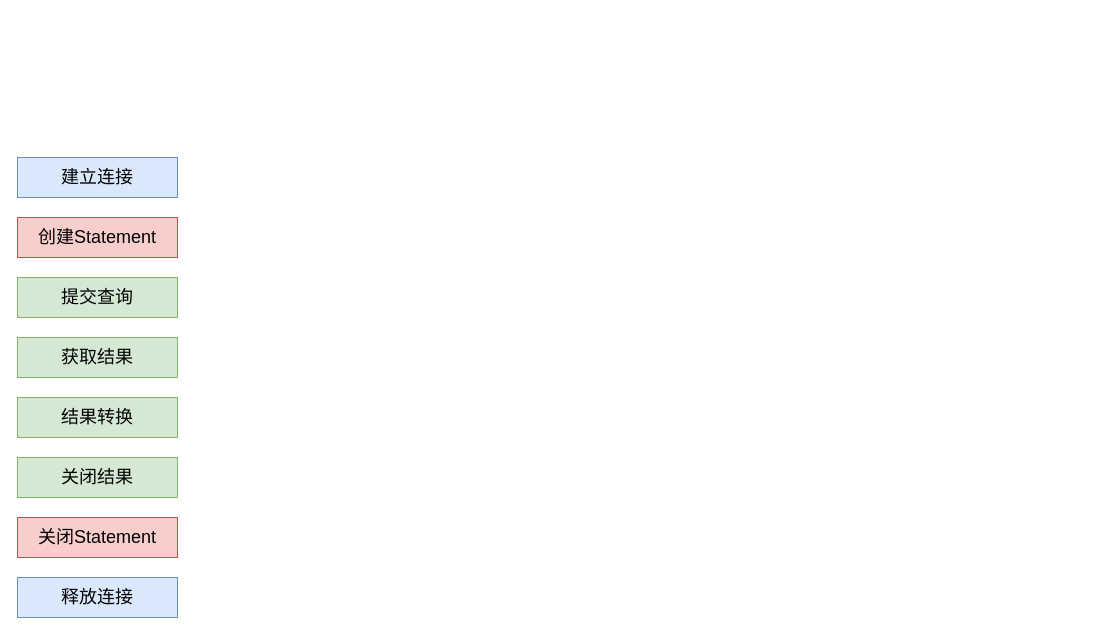
Before: 未命名绘图.drawio in hongweilv-whu/flowCharts, a draw.io diagram. Source tidied: cells renumbered, new cells numbered last; positions are measured from the earlier drawing's top-left corner, leaving out a move shared by most shapes. Both pictures are drawn from the tidied source at 100%, with x=0, y=0 at pixel (17, 157).
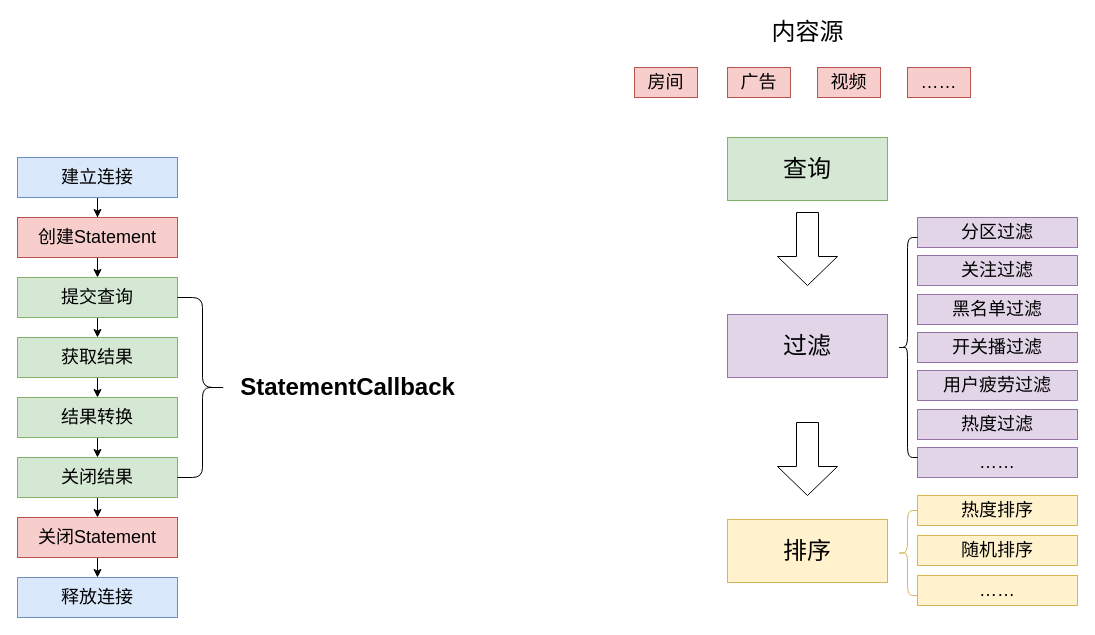
After the change.

Commit message:
更新未命名绘图.drawio

The change refers to these unchanged cells:
```xml
<mxCell id="2" value="&lt;font style=&quot;font-size: 18px&quot;&gt;建立连接&lt;/font&gt;" style="rounded=0;whiteSpace=wrap;html=1;fillColor=#dae8fc;strokeColor=#6c8ebf;" parent="1" vertex="1">
  <mxGeometry width="160" height="40" as="geometry" />
</mxCell>
<mxCell id="3" value="&lt;font style=&quot;font-size: 18px&quot;&gt;结果转换&lt;br&gt;&lt;/font&gt;" style="rounded=0;whiteSpace=wrap;html=1;fillColor=#d5e8d4;strokeColor=#82b366;" parent="1" vertex="1">
  <mxGeometry y="240" width="160" height="40" as="geometry" />
</mxCell>
<mxCell id="4" value="&lt;font style=&quot;font-size: 18px&quot;&gt;释放连接&lt;/font&gt;" style="rounded=0;whiteSpace=wrap;html=1;fillColor=#dae8fc;strokeColor=#6c8ebf;" parent="1" vertex="1">
  <mxGeometry y="420" width="160" height="40" as="geometry" />
</mxCell>
<mxCell id="5" value="&lt;font style=&quot;font-size: 18px&quot;&gt;创建Statement&lt;/font&gt;" style="rounded=0;whiteSpace=wrap;html=1;fillColor=#f8cecc;strokeColor=#b85450;" parent="1" vertex="1">
  <mxGeometry y="60" width="160" height="40" as="geometry" />
</mxCell>
<mxCell id="6" value="&lt;span style=&quot;font-size: 18px&quot;&gt;提交查询&lt;/span&gt;" style="rounded=0;whiteSpace=wrap;html=1;fillColor=#d5e8d4;strokeColor=#82b366;" parent="1" vertex="1">
  <mxGeometry y="120" width="160" height="40" as="geometry" />
</mxCell>
<mxCell id="7" value="&lt;span style=&quot;font-size: 18px&quot;&gt;获取结果&lt;br&gt;&lt;/span&gt;" style="rounded=0;whiteSpace=wrap;html=1;fillColor=#d5e8d4;strokeColor=#82b366;" parent="1" vertex="1">
  <mxGeometry y="180" width="160" height="40" as="geometry" />
</mxCell>
<mxCell id="8" value="&lt;font style=&quot;font-size: 18px&quot;&gt;关闭结果&lt;br&gt;&lt;/font&gt;" style="rounded=0;whiteSpace=wrap;html=1;fillColor=#d5e8d4;strokeColor=#82b366;" parent="1" vertex="1">
  <mxGeometry y="300" width="160" height="40" as="geometry" />
</mxCell>
<mxCell id="9" value="&lt;font style=&quot;font-size: 18px&quot;&gt;关闭Statement&lt;/font&gt;" style="rounded=0;whiteSpace=wrap;html=1;fillColor=#f8cecc;strokeColor=#b85450;" parent="1" vertex="1">
  <mxGeometry y="360" width="160" height="40" as="geometry" />
</mxCell>
```

What changed in the source:
```diff
@@
+    <mxCell id="10" style="edgeStyle=orthogonalEdgeStyle;rounded=0;jettySize=auto;html=1;exitX=0.5;exitY=1;exitDx=0;exitDy=0;" parent="1" edge="1" source="2" target="5">
+      <mxGeometry relative="1" as="geometry" />
+    </mxCell>
@@
+    <mxCell id="11" style="edgeStyle=orthogonalEdgeStyle;rounded=0;jettySize=auto;html=1;exitX=0.5;exitY=1;exitDx=0;exitDy=0;entryX=0.5;entryY=0;entryDx=0;entryDy=0;" parent="1" edge="1" source="3" target="8">
+      <mxGeometry relative="1" as="geometry" />
+    </mxCell>
@@
+    <mxCell id="12" style="edgeStyle=orthogonalEdgeStyle;rounded=0;jettySize=auto;html=1;exitX=0.5;exitY=1;exitDx=0;exitDy=0;entryX=0.5;entryY=0;entryDx=0;entryDy=0;" parent="1" edge="1" source="5" target="6">
+      <mxGeometry relative="1" as="geometry" />
+    </mxCell>
@@
+    <mxCell id="13" style="edgeStyle=orthogonalEdgeStyle;rounded=0;jettySize=auto;html=1;exitX=0.5;exitY=1;exitDx=0;exitDy=0;entryX=0.5;entryY=0;entryDx=0;entryDy=0;" parent="1" edge="1" source="6" target="7">
+      <mxGeometry relative="1" as="geometry" />
+    </mxCell>
@@
+    <mxCell id="14" style="edgeStyle=orthogonalEdgeStyle;rounded=0;jettySize=auto;html=1;exitX=0.5;exitY=1;exitDx=0;exitDy=0;entryX=0.5;entryY=0;entryDx=0;entryDy=0;" parent="1" edge="1" source="7" target="3">
+      <mxGeometry relative="1" as="geometry" />
+    </mxCell>
@@
+    <mxCell id="15" style="edgeStyle=orthogonalEdgeStyle;rounded=0;jettySize=auto;html=1;exitX=0.5;exitY=1;exitDx=0;exitDy=0;entryX=0.5;entryY=0;entryDx=0;entryDy=0;" parent="1" edge="1" source="8" target="9">
+      <mxGeometry relative="1" as="geometry" />
+    </mxCell>
@@
+    <mxCell id="16" style="edgeStyle=orthogonalEdgeStyle;rounded=0;jettySize=auto;html=1;exitX=0.5;exitY=1;exitDx=0;exitDy=0;entryX=0.5;entryY=0;entryDx=0;entryDy=0;" parent="1" edge="1" source="9" target="4">
+      <mxGeometry relative="1" as="geometry" />
+    </mxCell>
@@
+    <mxCell id="17" style="shape=curlyBracket;whiteSpace=wrap;html=1;rounded=1;flipH=1;" parent="1" vertex="1">
+      <mxGeometry x="160" y="140" width="50" height="180" as="geometry" />
+    </mxCell>
+    <mxCell id="18" value="StatementCallback" style="text;strokeColor=none;fillColor=none;html=1;fontSize=24;fontStyle=1;verticalAlign=middle;align=center;" parent="1" vertex="1">
+      <mxGeometry x="220" y="210" width="220" height="40" as="geometry" />
+    </mxCell>
+    <mxCell id="19" value="&lt;font style=&quot;font-size: 24px&quot;&gt;过滤&lt;/font&gt;" style="rounded=0;whiteSpace=wrap;html=1;fillColor=#e1d5e7;strokeColor=#9673a6;" parent="1" vertex="1">
+      <mxGeometry x="710" y="157" width="160" height="63" as="geometry" />
+    </mxCell>
+    <mxCell id="20" value="&lt;span style=&quot;font-size: 18px&quot;&gt;房间&lt;/span&gt;" style="rounded=0;whiteSpace=wrap;html=1;fillColor=#f8cecc;strokeColor=#b85450;" parent="1" vertex="1">
+      <mxGeometry x="617" y="-90" width="63" height="30" as="geometry" />
+    </mxCell>
+    <mxCell id="21" value="&lt;span style=&quot;font-size: 18px&quot;&gt;广告&lt;/span&gt;" style="rounded=0;whiteSpace=wrap;html=1;fillColor=#f8cecc;strokeColor=#b85450;" parent="1" vertex="1">
+      <mxGeometry x="710" y="-90" width="63" height="30" as="geometry" />
+    </mxCell>
+    <mxCell id="22" value="&lt;span style=&quot;font-size: 18px&quot;&gt;视频&lt;/span&gt;" style="rounded=0;whiteSpace=wrap;html=1;fillColor=#f8cecc;strokeColor=#b85450;" parent="1" vertex="1">
+      <mxGeometry x="800" y="-90" width="63" height="30" as="geometry" />
+    </mxCell>
+    <mxCell id="23" value="&lt;span style=&quot;font-size: 18px&quot;&gt;……&lt;/span&gt;" style="rounded=0;whiteSpace=wrap;html=1;fillColor=#f8cecc;strokeColor=#b85450;" parent="1" vertex="1">
+      <mxGeometry x="890" y="-90" width="63" height="30" as="geometry" />
+    </mxCell>
+    <mxCell id="24" value="&lt;span style=&quot;font-size: 18px&quot;&gt;分区过滤&lt;/span&gt;" style="rounded=0;whiteSpace=wrap;html=1;fillColor=#e1d5e7;strokeColor=#9673a6;" parent="1" vertex="1">
+      <mxGeometry x="900" y="60" width="160" height="30" as="geometry" />
+    </mxCell>
+    <mxCell id="25" value="&lt;span style=&quot;font-size: 18px&quot;&gt;关注过滤&lt;/span&gt;" style="rounded=0;whiteSpace=wrap;html=1;fillColor=#e1d5e7;strokeColor=#9673a6;" parent="1" vertex="1">
+      <mxGeometry x="900" y="98" width="160" height="30" as="geometry" />
+    </mxCell>
+    <mxCell id="26" value="&lt;span style=&quot;font-size: 18px&quot;&gt;黑名单过滤&lt;/span&gt;" style="rounded=0;whiteSpace=wrap;html=1;fillColor=#e1d5e7;strokeColor=#9673a6;" parent="1" vertex="1">
+      <mxGeometry x="900" y="137" width="160" height="30" as="geometry" />
+    </mxCell>
+    <mxCell id="27" value="&lt;span style=&quot;font-size: 18px&quot;&gt;开关播过滤&lt;/span&gt;" style="rounded=0;whiteSpace=wrap;html=1;fillColor=#e1d5e7;strokeColor=#9673a6;" parent="1" vertex="1">
+      <mxGeometry x="900" y="175" width="160" height="30" as="geometry" />
+    </mxCell>
+    <mxCell id="28" value="&lt;span style=&quot;font-size: 18px&quot;&gt;用户疲劳过滤&lt;/span&gt;" style="rounded=0;whiteSpace=wrap;html=1;fillColor=#e1d5e7;strokeColor=#9673a6;" parent="1" vertex="1">
+      <mxGeometry x="900" y="213" width="160" height="30" as="geometry" />
+    </mxCell>
+    <mxCell id="29" value="&lt;span style=&quot;font-size: 18px&quot;&gt;热度过滤&lt;/span&gt;" style="rounded=0;whiteSpace=wrap;html=1;fillColor=#e1d5e7;strokeColor=#9673a6;" parent="1" vertex="1">
+      <mxGeometry x="900" y="252" width="160" height="30" as="geometry" />
+    </mxCell>
+    <mxCell id="30" value="&lt;span style=&quot;font-size: 18px&quot;&gt;……&lt;/span&gt;" style="rounded=0;whiteSpace=wrap;html=1;fillColor=#e1d5e7;strokeColor=#9673a6;" parent="1" vertex="1">
+      <mxGeometry x="900" y="290" width="160" height="30" as="geometry" />
+    </mxCell>
+    <mxCell id="31" style="shape=curlyBracket;whiteSpace=wrap;html=1;rounded=1;" parent="1" vertex="1">
+      <mxGeometry x="880" y="80" width="20" height="220" as="geometry" />
+    </mxCell>
+    <mxCell id="32" value="&lt;font style=&quot;font-size: 24px&quot;&gt;排序&lt;/font&gt;" style="rounded=0;whiteSpace=wrap;html=1;fillColor=#fff2cc;strokeColor=#d6b656;" parent="1" vertex="1">
+      <mxGeometry x="710" y="362" width="160" height="63" as="geometry" />
+    </mxCell>
+    <mxCell id="33" value="&lt;span style=&quot;font-size: 18px&quot;&gt;热度排序&lt;/span&gt;" style="rounded=0;whiteSpace=wrap;html=1;fillColor=#fff2cc;strokeColor=#d6b656;" parent="1" vertex="1">
+      <mxGeometry x="900" y="338" width="160" height="30" as="geometry" />
+    </mxCell>
+    <mxCell id="34" value="&lt;span style=&quot;font-size: 18px&quot;&gt;随机排序&lt;/span&gt;" style="rounded=0;whiteSpace=wrap;html=1;fillColor=#fff2cc;strokeColor=#d6b656;" parent="1" vertex="1">
+      <mxGeometry x="900" y="378" width="160" height="30" as="geometry" />
+    </mxCell>
+    <mxCell id="35" value="&lt;font style=&quot;font-size: 24px&quot;&gt;查询&lt;/font&gt;" style="rounded=0;whiteSpace=wrap;html=1;fillColor=#d5e8d4;strokeColor=#82b366;" parent="1" vertex="1">
+      <mxGeometry x="710" y="-20" width="160" height="63" as="geometry" />
+    </mxCell>
+    <mxCell id="36" style="shape=curlyBracket;whiteSpace=wrap;html=1;rounded=1;fontSize=24;fillColor=#fff2cc;strokeColor=#d6b656;" parent="1" vertex="1">
+      <mxGeometry x="880" y="353" width="20" height="85" as="geometry" />
+    </mxCell>
+    <mxCell id="37" value="&lt;span style=&quot;font-size: 18px&quot;&gt;……&lt;/span&gt;" style="rounded=0;whiteSpace=wrap;html=1;fillColor=#fff2cc;strokeColor=#d6b656;" parent="1" vertex="1">
+      <mxGeometry x="900" y="418" width="160" height="30" as="geometry" />
+    </mxCell>
+    <mxCell id="38" style="shape=singleArrow;direction=south;whiteSpace=wrap;html=1;fontSize=24;arrowWidth=0.36666666666666664;arrowSize=0.3972602739726027;" parent="1" vertex="1">
+      <mxGeometry x="760" y="55" width="60" height="73" as="geometry" />
+    </mxCell>
+    <mxCell id="39" style="shape=singleArrow;direction=south;whiteSpace=wrap;html=1;fontSize=24;arrowWidth=0.36666666666666664;arrowSize=0.3972602739726027;" parent="1" vertex="1">
+      <mxGeometry x="760" y="265" width="60" height="73" as="geometry" />
+    </mxCell>
+    <mxCell id="40" value="内容源" style="text;html=1;align=center;verticalAlign=middle;strokeColor=none;fillColor=none;fontSize=24;" parent="1" vertex="1">
+      <mxGeometry x="745" y="-140" width="90" height="30" as="geometry" />
+    </mxCell>
```
